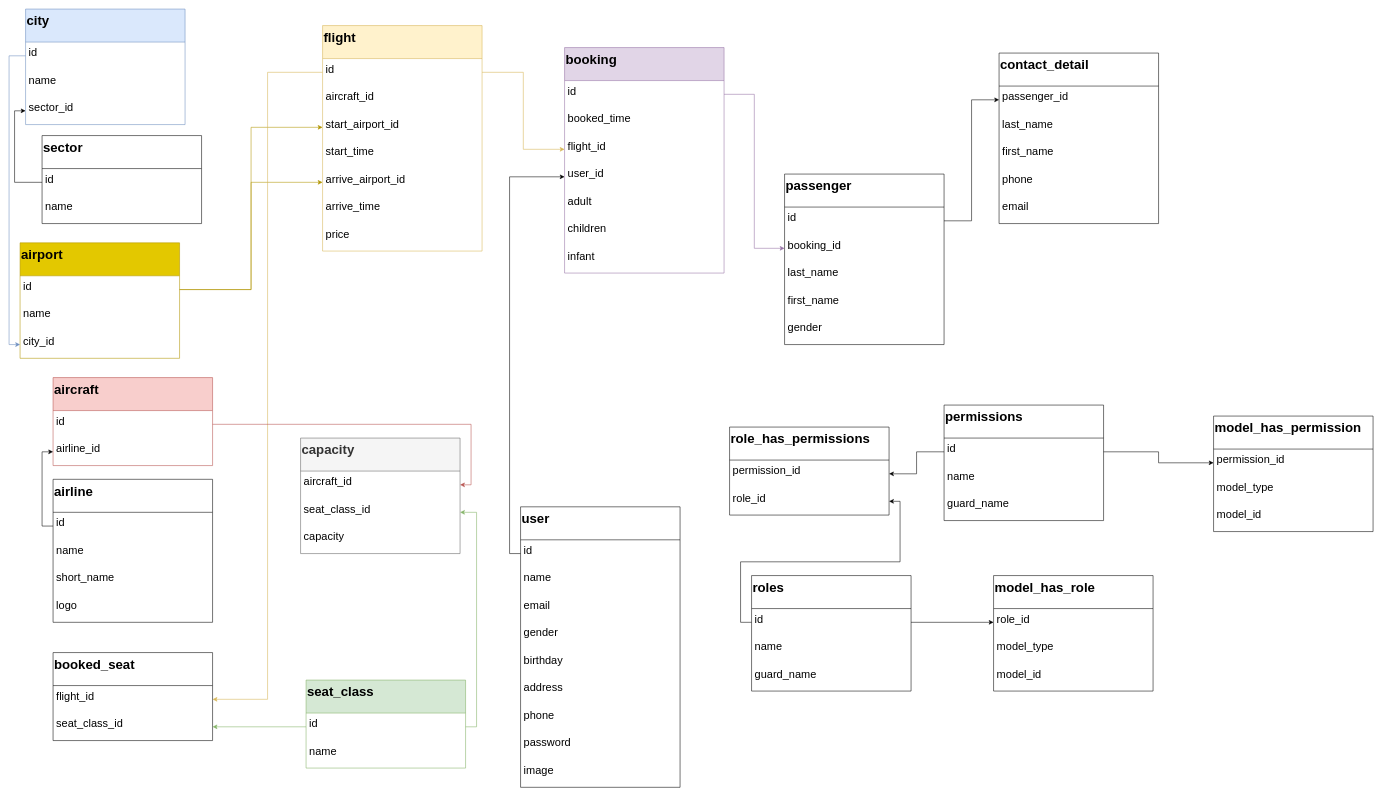
This is Untitled Diagram.drawio from trungkien4723/datvemaybay, a draw.io file, before an edit. Source tidied: cells renumbered, new cells numbered last; positions are measured from the earlier drawing's top-left corner, leaving out a move shared by most shapes. Both pictures are drawn from the tidied source at 55%, with x=0, y=0 at pixel (20, 9).
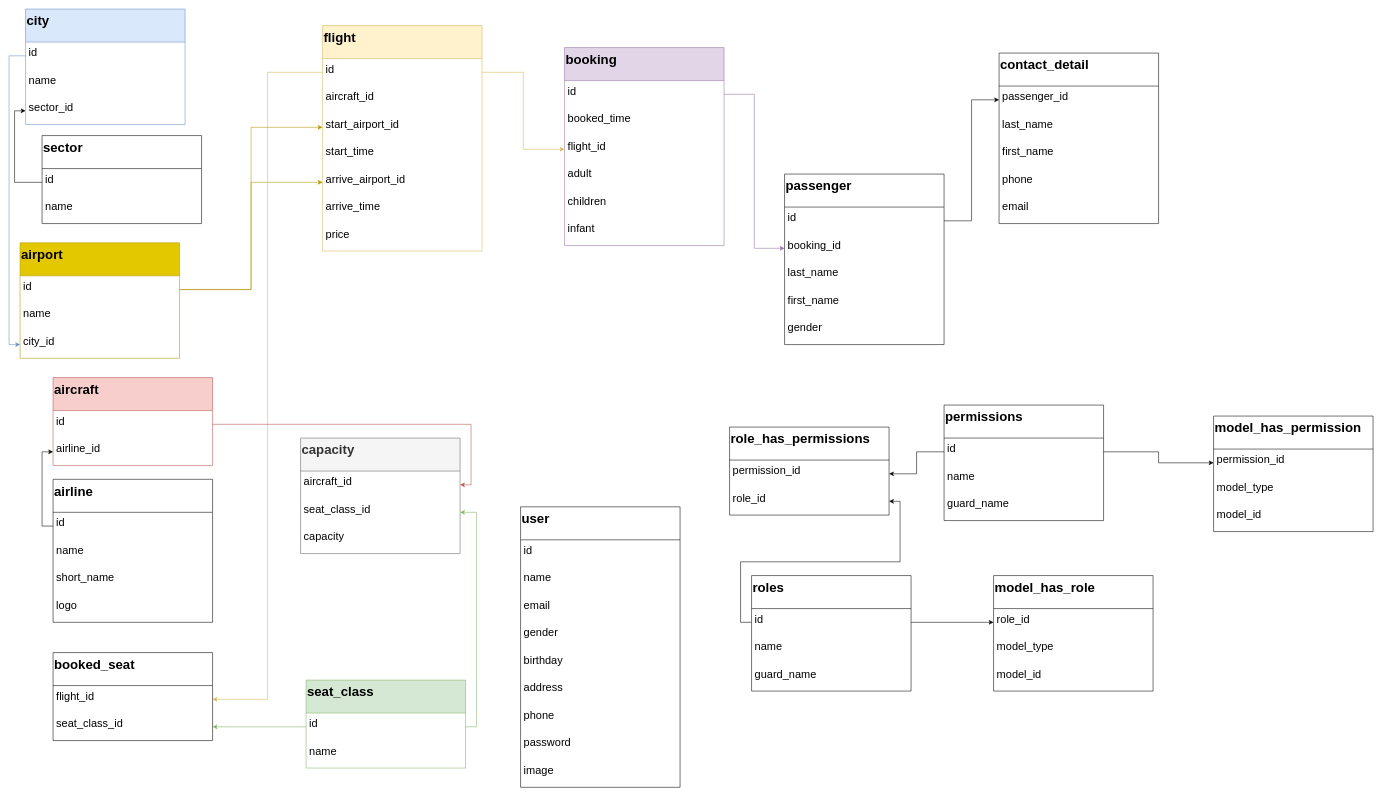
The same page after the edit.

Unchanged cells that the change refers to:
```xml
<mxCell id="65" value="id" style="text;strokeColor=none;fillColor=none;align=left;verticalAlign=top;spacingLeft=4;spacingRight=4;overflow=hidden;points=[[0,0.5],[1,0.5]];portConstraint=eastwest;fontSize=20;" parent="64" vertex="1">
  <mxGeometry y="60" width="290" height="50" as="geometry" />
</mxCell>
```

Change to the diagram source:
```diff
@@
     <mxCell id="13" value="booking" style="swimlane;fontStyle=1;horizontal=1;startSize=60;fontSize=24;strokeColor=#9673a6;align=left;verticalAlign=top;fillColor=#e1d5e7;" parent="1" vertex="1">
-      <mxGeometry x="990" y="70" width="290" height="410" as="geometry" />
+      <mxGeometry x="990" y="70" width="290" height="360" as="geometry" />
     </mxCell>
@@
-    <mxCell id="17" value="user_id" style="text;strokeColor=none;fillColor=none;align=left;verticalAlign=top;spacingLeft=4;spacingRight=4;overflow=hidden;points=[[0,0.5],[1,0.5]];portConstraint=eastwest;fontSize=20;" parent="13" vertex="1">
-      <mxGeometry y="210" width="290" height="50" as="geometry" />
-    </mxCell>
     <mxCell id="18" value="adult" style="text;strokeColor=none;fillColor=none;align=left;verticalAlign=top;spacingLeft=4;spacingRight=4;overflow=hidden;fontSize=20;" parent="13" vertex="1">
-      <mxGeometry y="260" width="290" height="50" as="geometry" />
+      <mxGeometry y="210" width="290" height="50" as="geometry" />
     </mxCell>
     <mxCell id="19" value="children" style="text;strokeColor=none;fillColor=none;align=left;verticalAlign=top;spacingLeft=4;spacingRight=4;overflow=hidden;fontSize=20;" parent="13" vertex="1">
-      <mxGeometry y="310" width="290" height="50" as="geometry" />
+      <mxGeometry y="260" width="290" height="50" as="geometry" />
     </mxCell>
     <mxCell id="20" value="infant" style="text;strokeColor=none;fillColor=none;align=left;verticalAlign=top;spacingLeft=4;spacingRight=4;overflow=hidden;fontSize=20;" parent="13" vertex="1">
-      <mxGeometry y="360" width="290" height="50" as="geometry" />
+      <mxGeometry y="310" width="290" height="50" as="geometry" />
     </mxCell>
@@
-    <mxCell id="95" style="edgeStyle=orthogonalEdgeStyle;rounded=0;jettySize=auto;html=1;exitX=0;exitY=0.5;exitDx=0;exitDy=0;entryX=0;entryY=0.5;entryDx=0;entryDy=0;" parent="1" edge="1" source="65" target="17">
-      <mxGeometry relative="1" as="geometry" />
-    </mxCell>
```
